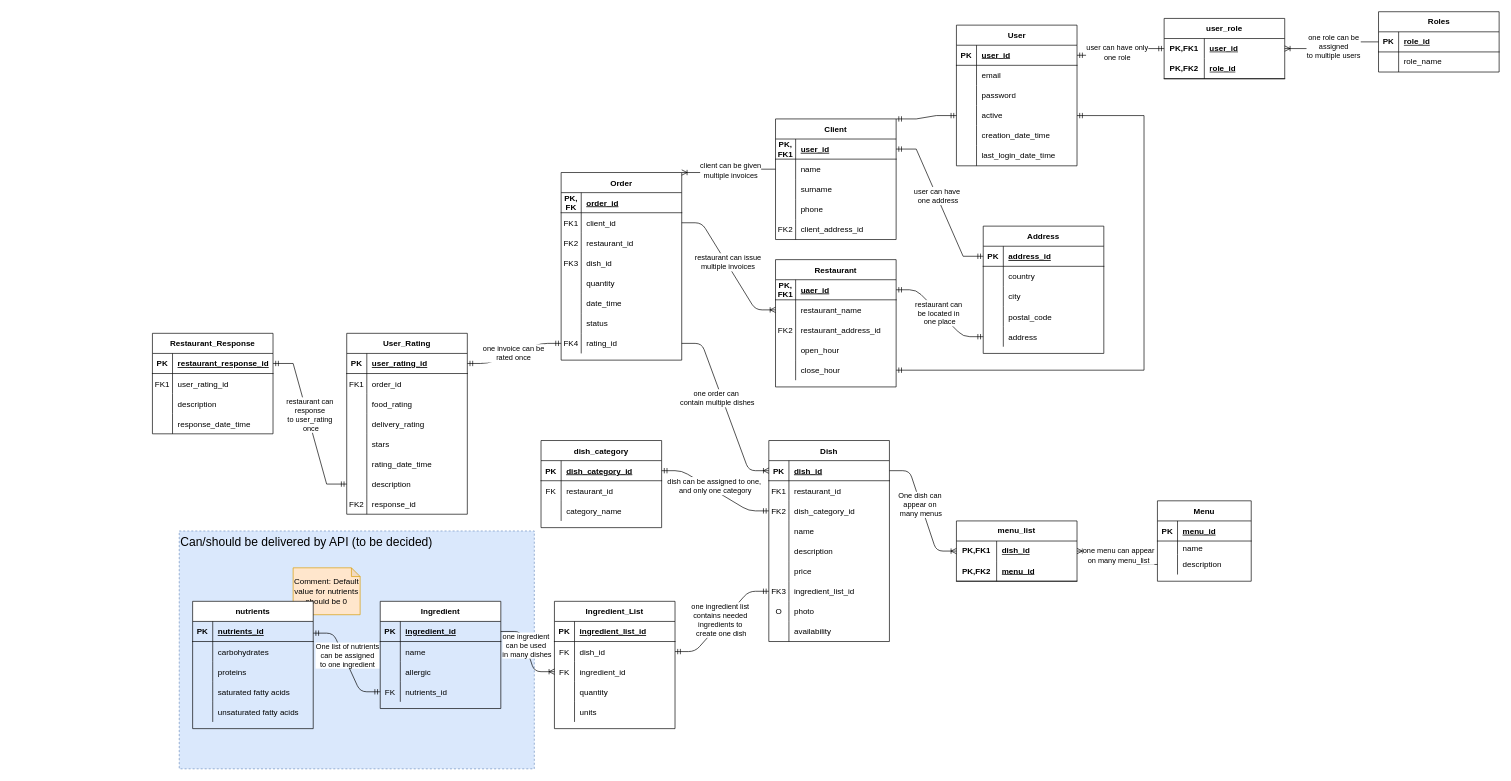
Earlier version of the draw.io diagram src/main/resources/SupperSpeed_ERD.drawio (Aevise/SupperSpeed). Source tidied: cells renumbered, new cells numbered last; positions are measured from the earlier drawing's top-left corner, leaving out a move shared by most shapes. Both pictures are drawn from the tidied source at 67%, with x=0, y=0 at pixel (152, 11).
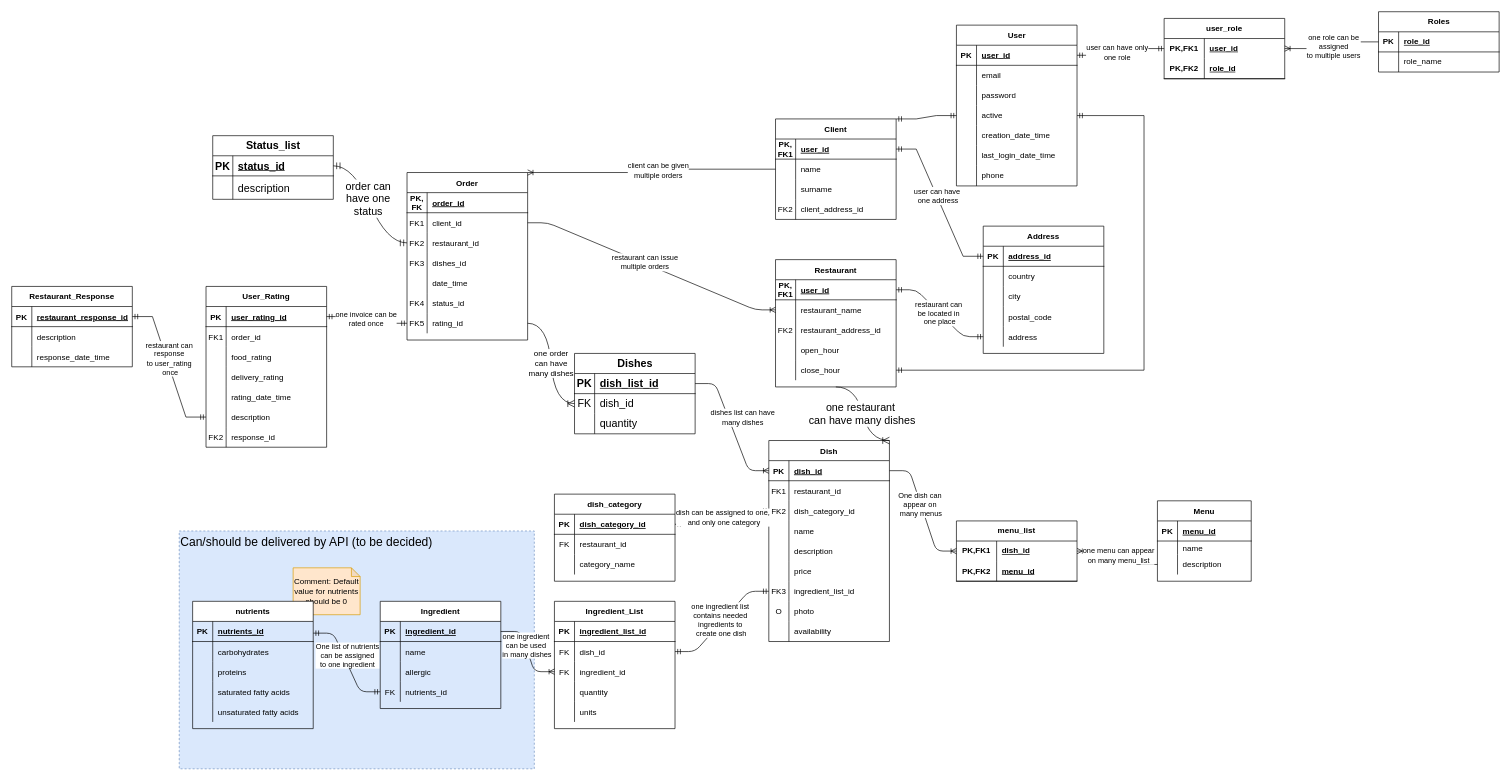
The same page after the edit.

Commit message (it also covers changes not shown here):
Modified DB ERD. - moved phone from client to user - modified restaurant_reposnse - deleted stars from user_rating - added status and dishes table

The change refers to these unchanged cells:
```xml
<mxCell id="49" value="Dish" style="shape=table;startSize=30;childLayout=tableLayout;rowLines=0;fontStyle=1;align=center;" parent="1" vertex="1">
  <mxGeometry x="920" y="640" width="180" height="300" as="geometry" />
</mxCell>
<mxCell id="50" style="shape=partialRectangle;fillColor=none;top=0;left=0;bottom=1;right=0;points=[[0,0.5],[1,0.5]];portConstraint=eastwest;" parent="49" vertex="1">
  <mxGeometry y="30" width="180" height="30" as="geometry" />
</mxCell>
<mxCell id="86" style="shape=partialRectangle;fillColor=none;top=0;left=0;bottom=0;right=0;points=[[0,0.5],[1,0.5]];portConstraint=eastwest;" parent="79" vertex="1">
  <mxGeometry y="90" width="180" height="30" as="geometry" />
</mxCell>
<mxCell id="89" style="shape=partialRectangle;fillColor=none;top=0;left=0;bottom=0;right=0;" parent="79" vertex="1">
  <mxGeometry y="120" width="180" height="30" as="geometry" />
</mxCell>
<mxCell id="140" style="edgeStyle=elbowEdgeStyle;fontSize=12;html=1;endArrow=ERoneToMany;exitX=0;exitY=0.5;exitDx=0;exitDy=0;entryX=1;entryY=0;entryDx=0;entryDy=0;" parent="1" edge="1" source="8" target="79">
  <mxGeometry relative="1" as="geometry" />
</mxCell>
<mxCell id="142" style="edgeStyle=entityRelationEdgeStyle;fontSize=12;html=1;endArrow=ERoneToMany;entryX=0;entryY=0.5;entryDx=0;entryDy=0;exitX=1;exitY=0.5;exitDx=0;exitDy=0;" parent="1" edge="1" source="83" target="195">
  <mxGeometry relative="1" as="geometry" />
</mxCell>
<mxCell id="191" value="Restaurant" style="shape=table;startSize=30;childLayout=tableLayout;rowLines=0;fontStyle=1;align=center;" parent="1" vertex="1">
  <mxGeometry x="930" y="370" width="180" height="190" as="geometry" />
</mxCell>
<mxCell id="192" style="shape=partialRectangle;fillColor=none;top=0;left=0;bottom=1;right=0;points=[[0,0.5],[1,0.5]];portConstraint=eastwest;" parent="191" vertex="1">
  <mxGeometry y="30" width="180" height="30" as="geometry" />
</mxCell>
```

Diff of the diagram source:
```diff
@@
     <mxCell id="4" value="Client" style="shape=table;startSize=30;childLayout=tableLayout;rowLines=0;fontStyle=1;align=center;" parent="1" vertex="1">
-      <mxGeometry x="930" y="160" width="180" height="180" as="geometry" />
+      <mxGeometry x="930" y="160" width="180" height="150" as="geometry" />
     </mxCell>
@@
-    <mxCell id="14" style="shape=partialRectangle;fillColor=none;top=0;left=0;bottom=0;right=0;" parent="4" vertex="1">
-      <mxGeometry y="120" width="180" height="30" as="geometry" />
-    </mxCell>
-    <mxCell id="15" style="shape=partialRectangle;fillColor=none;top=0;left=0;bottom=0;right=0;overflow=hidden;" parent="14" vertex="1">
-      <mxGeometry width="30" height="30" as="geometry" />
-    </mxCell>
-    <mxCell id="16" value="phone" style="shape=partialRectangle;fillColor=none;top=0;left=0;bottom=0;right=0;align=left;spacingLeft=6;overflow=hidden;" parent="14" vertex="1">
-      <mxGeometry x="30" width="150" height="30" as="geometry" />
-    </mxCell>
     <mxCell id="17" style="shape=partialRectangle;fillColor=none;top=0;left=0;bottom=0;right=0;" parent="4" vertex="1">
-      <mxGeometry y="150" width="180" height="30" as="geometry" />
+      <mxGeometry y="120" width="180" height="30" as="geometry" />
     </mxCell>
@@
     <mxCell id="79" value="Order" style="shape=table;startSize=30;childLayout=tableLayout;rowLines=0;fontStyle=1;align=center;" parent="1" vertex="1">
-      <mxGeometry x="610" y="240" width="180" height="280" as="geometry" />
+      <mxGeometry x="380" y="240" width="180" height="250" as="geometry" />
     </mxCell>
@@
-    <mxCell id="91" value="dish_id" style="shape=partialRectangle;fillColor=none;top=0;left=0;bottom=0;right=0;align=left;spacingLeft=6;overflow=hidden;" parent="89" vertex="1">
+    <mxCell id="91" value="dishes_id" style="shape=partialRectangle;fillColor=none;top=0;left=0;bottom=0;right=0;align=left;spacingLeft=6;overflow=hidden;" parent="89" vertex="1">
       <mxGeometry x="30" width="150" height="30" as="geometry" />
     </mxCell>
-    <mxCell id="92" style="shape=partialRectangle;fillColor=none;top=0;left=0;bottom=0;right=0;" parent="79" vertex="1">
-      <mxGeometry y="150" width="180" height="30" as="geometry" />
-    </mxCell>
-    <mxCell id="93" style="shape=partialRectangle;fillColor=none;top=0;left=0;bottom=0;right=0;overflow=hidden;" parent="92" vertex="1">
-      <mxGeometry width="30" height="30" as="geometry" />
-    </mxCell>
-    <mxCell id="94" value="quantity" style="shape=partialRectangle;fillColor=none;top=0;left=0;bottom=0;right=0;align=left;spacingLeft=6;overflow=hidden;" parent="92" vertex="1">
-      <mxGeometry x="30" width="150" height="30" as="geometry" />
-    </mxCell>
     <mxCell id="95" style="shape=partialRectangle;fillColor=none;top=0;left=0;bottom=0;right=0;" parent="79" vertex="1">
-      <mxGeometry y="180" width="180" height="30" as="geometry" />
+      <mxGeometry y="150" width="180" height="30" as="geometry" />
     </mxCell>
@@
     <mxCell id="98" style="shape=partialRectangle;fillColor=none;top=0;left=0;bottom=0;right=0;" parent="79" vertex="1">
-      <mxGeometry y="210" width="180" height="30" as="geometry" />
+      <mxGeometry y="180" width="180" height="30" as="geometry" />
     </mxCell>
-    <mxCell id="99" style="shape=partialRectangle;fillColor=none;top=0;left=0;bottom=0;right=0;overflow=hidden;" parent="98" vertex="1">
+    <mxCell id="99" value="FK4" style="shape=partialRectangle;fillColor=none;top=0;left=0;bottom=0;right=0;overflow=hidden;" parent="98" vertex="1">
       <mxGeometry width="30" height="30" as="geometry" />
     </mxCell>
-    <mxCell id="100" value="status" style="shape=partialRectangle;fillColor=none;top=0;left=0;bottom=0;right=0;align=left;spacingLeft=6;overflow=hidden;" parent="98" vertex="1">
+    <mxCell id="100" value="status_id" style="shape=partialRectangle;fillColor=none;top=0;left=0;bottom=0;right=0;align=left;spacingLeft=6;overflow=hidden;" parent="98" vertex="1">
       <mxGeometry x="30" width="150" height="30" as="geometry" />
     </mxCell>
     <mxCell id="101" style="shape=partialRectangle;fillColor=none;top=0;left=0;bottom=0;right=0;points=[[0,0.5],[1,0.5]];portConstraint=eastwest;" parent="79" vertex="1">
-      <mxGeometry y="240" width="180" height="30" as="geometry" />
+      <mxGeometry y="210" width="180" height="30" as="geometry" />
     </mxCell>
-    <mxCell id="102" value="FK4" style="shape=partialRectangle;fillColor=none;top=0;left=0;bottom=0;right=0;overflow=hidden;" parent="101" vertex="1">
+    <mxCell id="102" value="FK5" style="shape=partialRectangle;fillColor=none;top=0;left=0;bottom=0;right=0;overflow=hidden;" parent="101" vertex="1">
       <mxGeometry width="30" height="30" as="geometry" />
     </mxCell>
@@
     <mxCell id="124" value="dish_category" style="shape=table;startSize=30;childLayout=tableLayout;rowLines=0;fontStyle=1;align=center;" parent="1" vertex="1">
-      <mxGeometry x="580" y="640" width="180" height="130" as="geometry" />
+      <mxGeometry x="600" y="720" width="180" height="130" as="geometry" />
     </mxCell>
@@
-    <mxCell id="138" style="edgeStyle=entityRelationEdgeStyle;fontSize=12;html=1;endArrow=ERoneToMany;entryX=0;entryY=0.5;entryDx=0;entryDy=0;exitX=1;exitY=0.5;exitDx=0;exitDy=0;" parent="1" edge="1" source="101" target="50">
+    <mxCell id="138" style="edgeStyle=entityRelationEdgeStyle;fontSize=12;html=1;endArrow=ERoneToMany;entryX=0;entryY=0.5;entryDx=0;entryDy=0;exitX=1;exitY=0.5;exitDx=0;exitDy=0;" parent="1" edge="1" source="283" target="50">
       <mxGeometry relative="1" as="geometry" />
     </mxCell>
-    <mxCell id="139" value="&lt;div&gt;one order can&amp;nbsp;&lt;/div&gt;&lt;div&gt;contain multiple dishes&lt;/div&gt;" style="edgeLabel;html=1;align=center;verticalAlign=middle;" parent="138" vertex="1">
+    <mxCell id="139" value="&lt;div&gt;dishes list can have&lt;/div&gt;&lt;div&gt;many dishes&lt;br&gt;&lt;/div&gt;" style="edgeLabel;html=1;align=center;verticalAlign=middle;" parent="138" vertex="1">
       <mxGeometry x="-0.22" y="-3" relative="1" as="geometry">
-        <mxPoint y="12.7" as="offset" />
+        <mxPoint x="26" y="5" as="offset" />
       </mxGeometry>
     </mxCell>
@@
-    <mxCell id="141" value="&lt;div&gt;client can be given&lt;br&gt;&lt;/div&gt;&lt;div&gt;multiple invoices&lt;br&gt;&lt;/div&gt;" style="edgeLabel;html=1;align=center;verticalAlign=middle;" parent="140" vertex="1">
+    <mxCell id="141" value="&lt;div&gt;client can be given&lt;br&gt;&lt;/div&gt;&lt;div&gt;multiple orders&lt;br&gt;&lt;/div&gt;" style="edgeLabel;html=1;align=center;verticalAlign=middle;" parent="140" vertex="1">
       <mxGeometry x="-0.06" y="1" relative="1" as="geometry" />
     </mxCell>
@@
-    <mxCell id="143" value="&lt;div&gt;restaurant can issue&lt;br&gt;&lt;/div&gt;&lt;div&gt;multiple invoices&lt;br&gt;&lt;/div&gt;" style="edgeLabel;html=1;align=center;verticalAlign=middle;" parent="142" vertex="1">
+    <mxCell id="143" value="&lt;div&gt;restaurant can issue&lt;br&gt;&lt;/div&gt;&lt;div&gt;multiple orders&lt;br&gt;&lt;/div&gt;" style="edgeLabel;html=1;align=center;verticalAlign=middle;" parent="142" vertex="1">
       <mxGeometry x="-0.06" y="2" relative="1" as="geometry" />
     </mxCell>
     <mxCell id="144" value="User_Rating" style="shape=table;startSize=30;childLayout=tableLayout;rowLines=0;fontStyle=1;align=center;" parent="1" vertex="1">
-      <mxGeometry x="290" y="480" width="180" height="270" as="geometry" />
+      <mxGeometry x="80" y="410" width="180" height="240" as="geometry" />
     </mxCell>
@@
-    <mxCell id="157" style="shape=partialRectangle;fillColor=none;top=0;left=0;bottom=0;right=0;" parent="144" vertex="1">
-      <mxGeometry y="150" width="180" height="30" as="geometry" />
-    </mxCell>
-    <mxCell id="158" style="shape=partialRectangle;fillColor=none;top=0;left=0;bottom=0;right=0;overflow=hidden;" parent="157" vertex="1">
-      <mxGeometry width="30" height="30" as="geometry" />
-    </mxCell>
-    <mxCell id="159" value="stars" style="shape=partialRectangle;fillColor=none;top=0;left=0;bottom=0;right=0;align=left;spacingLeft=6;overflow=hidden;" parent="157" vertex="1">
-      <mxGeometry x="30" width="150" height="30" as="geometry" />
-    </mxCell>
     <mxCell id="160" style="shape=partialRectangle;fillColor=none;top=0;left=0;bottom=0;right=0;" parent="144" vertex="1">
-      <mxGeometry y="180" width="180" height="30" as="geometry" />
+      <mxGeometry y="150" width="180" height="30" as="geometry" />
     </mxCell>
@@
     <mxCell id="163" style="shape=partialRectangle;fillColor=none;top=0;left=0;bottom=0;right=0;points=[[0,0.5],[1,0.5]];portConstraint=eastwest;" parent="144" vertex="1">
-      <mxGeometry y="210" width="180" height="30" as="geometry" />
+      <mxGeometry y="180" width="180" height="30" as="geometry" />
     </mxCell>
@@
     <mxCell id="166" style="shape=partialRectangle;fillColor=none;top=0;left=0;bottom=0;right=0;" parent="144" vertex="1">
-      <mxGeometry y="240" width="180" height="30" as="geometry" />
+      <mxGeometry y="210" width="180" height="30" as="geometry" />
     </mxCell>
@@
-    <mxCell id="194" value="uaer_id" style="shape=partialRectangle;fillColor=none;top=0;left=0;bottom=0;right=0;align=left;spacingLeft=6;fontStyle=5;overflow=hidden;" parent="192" vertex="1">
+    <mxCell id="194" value="user_id" style="shape=partialRectangle;fillColor=none;top=0;left=0;bottom=0;right=0;align=left;spacingLeft=6;fontStyle=5;overflow=hidden;" parent="192" vertex="1">
       <mxGeometry x="30" width="150" height="30" as="geometry" />
     </mxCell>
@@
     <mxCell id="217" value="Restaurant_Response" style="shape=table;startSize=30;childLayout=tableLayout;rowLines=0;fontStyle=1;align=center;" parent="1" vertex="1">
-      <mxGeometry y="480" width="180" height="150" as="geometry" />
+      <mxGeometry x="-210" y="410" width="180" height="120" as="geometry" />
     </mxCell>
@@
-    <mxCell id="221" style="shape=partialRectangle;fillColor=none;top=0;left=0;bottom=0;right=0;" parent="217" vertex="1">
-      <mxGeometry y="60" width="180" height="30" as="geometry" />
-    </mxCell>
-    <mxCell id="222" value="FK1" style="shape=partialRectangle;fillColor=none;top=0;left=0;bottom=0;right=0;overflow=hidden;" parent="221" vertex="1">
-      <mxGeometry width="30" height="30" as="geometry" />
-    </mxCell>
-    <mxCell id="223" value="user_rating_id" style="shape=partialRectangle;fillColor=none;top=0;left=0;bottom=0;right=0;align=left;spacingLeft=6;overflow=hidden;" parent="221" vertex="1">
-      <mxGeometry x="30" width="150" height="30" as="geometry" />
-    </mxCell>
     <mxCell id="224" style="shape=partialRectangle;fillColor=none;top=0;left=0;bottom=0;right=0;" parent="217" vertex="1">
-      <mxGeometry y="90" width="180" height="30" as="geometry" />
+      <mxGeometry y="60" width="180" height="30" as="geometry" />
     </mxCell>
@@
     <mxCell id="227" style="shape=partialRectangle;fillColor=none;top=0;left=0;bottom=0;right=0;" parent="217" vertex="1">
-      <mxGeometry y="120" width="180" height="30" as="geometry" />
+      <mxGeometry y="90" width="180" height="30" as="geometry" />
     </mxCell>
@@
     <mxCell id="255" value="User" style="shape=table;startSize=30;childLayout=tableLayout;rowLines=0;fontStyle=1;align=center;html=1;" parent="1" vertex="1">
-      <mxGeometry x="1200" y="20" width="180" height="210" as="geometry" />
+      <mxGeometry x="1200" y="20" width="180" height="240" as="geometry" />
     </mxCell>
@@
+    <mxCell id="280" style="shape=tableRow;horizontal=0;startSize=0;swimlaneHead=0;swimlaneBody=0;fillColor=none;top=0;left=0;right=0;bottom=0;" parent="255" vertex="1">
+      <mxGeometry y="210" width="180" height="30" as="geometry" />
+    </mxCell>
+    <mxCell id="281" style="shape=partialRectangle;fillColor=none;top=0;left=0;bottom=0;right=0;overflow=hidden;whiteSpace=wrap;html=1;" parent="280" vertex="1">
+      <mxGeometry width="30" height="30" as="geometry" />
+    </mxCell>
+    <mxCell id="16" value="phone" style="shape=partialRectangle;fillColor=none;top=0;left=0;bottom=0;right=0;align=left;spacingLeft=6;overflow=hidden;whiteSpace=wrap;html=1;" parent="280" vertex="1">
+      <mxGeometry x="30" width="150" height="30" as="geometry" />
+    </mxCell>
@@
+    <mxCell id="282" value="Dishes" style="shape=table;startSize=30;childLayout=tableLayout;rowLines=0;fontStyle=1;align=center;html=1;fontSize=16;" parent="1" vertex="1">
+      <mxGeometry x="630" y="510" width="180" height="120" as="geometry" />
+    </mxCell>
+    <mxCell id="283" style="shape=tableRow;horizontal=0;startSize=0;swimlaneHead=0;swimlaneBody=0;fillColor=none;points=[[0,0.5],[1,0.5]];portConstraint=eastwest;top=0;left=0;right=0;bottom=1;fontSize=16;" parent="282" vertex="1">
+      <mxGeometry y="30" width="180" height="30" as="geometry" />
+    </mxCell>
+    <mxCell id="284" value="PK" style="shape=partialRectangle;fillColor=none;top=0;left=0;bottom=0;right=0;fontStyle=1;overflow=hidden;whiteSpace=wrap;html=1;fontSize=16;" parent="283" vertex="1">
+      <mxGeometry width="30" height="30" as="geometry" />
+    </mxCell>
+    <mxCell id="285" value="dish_list_id" style="shape=partialRectangle;fillColor=none;top=0;left=0;bottom=0;right=0;align=left;spacingLeft=6;fontStyle=5;overflow=hidden;whiteSpace=wrap;html=1;fontSize=16;" parent="283" vertex="1">
+      <mxGeometry x="30" width="150" height="30" as="geometry" />
+    </mxCell>
+    <mxCell id="286" style="shape=tableRow;horizontal=0;startSize=0;swimlaneHead=0;swimlaneBody=0;fillColor=none;points=[[0,0.5],[1,0.5]];portConstraint=eastwest;top=0;left=0;right=0;bottom=0;fontSize=16;" parent="282" vertex="1">
+      <mxGeometry y="60" width="180" height="30" as="geometry" />
+    </mxCell>
+    <mxCell id="287" value="FK" style="shape=partialRectangle;fillColor=none;top=0;left=0;bottom=0;right=0;overflow=hidden;whiteSpace=wrap;html=1;fontSize=16;" parent="286" vertex="1">
+      <mxGeometry width="30" height="30" as="geometry" />
+    </mxCell>
+    <mxCell id="288" value="dish_id" style="shape=partialRectangle;fillColor=none;top=0;left=0;bottom=0;right=0;align=left;spacingLeft=6;overflow=hidden;whiteSpace=wrap;html=1;fontSize=16;" parent="286" vertex="1">
+      <mxGeometry x="30" width="150" height="30" as="geometry" />
+    </mxCell>
+    <mxCell id="289" style="shape=tableRow;horizontal=0;startSize=0;swimlaneHead=0;swimlaneBody=0;fillColor=none;top=0;left=0;right=0;bottom=0;fontSize=16;" parent="282" vertex="1">
+      <mxGeometry y="90" width="180" height="30" as="geometry" />
+    </mxCell>
+    <mxCell id="290" style="shape=partialRectangle;fillColor=none;top=0;left=0;bottom=0;right=0;overflow=hidden;whiteSpace=wrap;html=1;fontSize=16;" parent="289" vertex="1">
+      <mxGeometry width="30" height="30" as="geometry" />
+    </mxCell>
+    <mxCell id="94" value="quantity" style="shape=partialRectangle;fillColor=none;top=0;left=0;bottom=0;right=0;align=left;spacingLeft=6;overflow=hidden;whiteSpace=wrap;html=1;fontSize=16;" parent="289" vertex="1">
+      <mxGeometry x="30" width="150" height="30" as="geometry" />
+    </mxCell>
+    <mxCell id="291" value="&lt;div&gt;one order &lt;br&gt;&lt;/div&gt;&lt;div&gt;can have&lt;/div&gt;&lt;div&gt;many dishes&lt;br&gt;&lt;/div&gt;" style="edgeStyle=entityRelationEdgeStyle;fontSize=12;html=1;endArrow=ERoneToMany;rounded=0;startSize=8;endSize=8;curved=1;exitX=1;exitY=0.5;exitDx=0;exitDy=0;entryX=0;entryY=0.5;entryDx=0;entryDy=0;" parent="1" edge="1" source="101" target="286">
+      <mxGeometry relative="1" as="geometry" />
+    </mxCell>
+    <mxCell id="292" style="edgeStyle=entityRelationEdgeStyle;fontSize=12;html=1;endArrow=ERoneToMany;rounded=0;startSize=8;endSize=8;curved=1;exitX=0.5;exitY=1;exitDx=0;exitDy=0;entryX=1;entryY=0;entryDx=0;entryDy=0;" parent="1" edge="1" source="191" target="49">
+      <mxGeometry relative="1" as="geometry" />
+    </mxCell>
+    <mxCell id="293" value="&lt;div&gt;one restaurant&amp;nbsp;&lt;/div&gt;&lt;div&gt;can have many dishes&lt;/div&gt;" style="edgeLabel;html=1;align=center;verticalAlign=middle;fontSize=16;" parent="292" vertex="1">
+      <mxGeometry x="-0.01" y="-1" relative="1" as="geometry">
+        <mxPoint y="-1" as="offset" />
+      </mxGeometry>
+    </mxCell>
+    <mxCell id="294" value="Status_list" style="shape=table;startSize=30;childLayout=tableLayout;rowLines=0;fontStyle=1;align=center;html=1;fontSize=16;" parent="1" vertex="1">
+      <mxGeometry x="90" y="185" width="180" height="95" as="geometry" />
+    </mxCell>
+    <mxCell id="295" style="shape=tableRow;horizontal=0;startSize=0;swimlaneHead=0;swimlaneBody=0;fillColor=none;points=[[0,0.5],[1,0.5]];portConstraint=eastwest;top=0;left=0;right=0;bottom=1;fontSize=16;" parent="294" vertex="1">
+      <mxGeometry y="30" width="180" height="30" as="geometry" />
+    </mxCell>
+    <mxCell id="296" value="PK" style="shape=partialRectangle;fillColor=none;top=0;left=0;bottom=0;right=0;fontStyle=1;overflow=hidden;whiteSpace=wrap;html=1;fontSize=16;" parent="295" vertex="1">
+      <mxGeometry width="30" height="30" as="geometry" />
+    </mxCell>
+    <mxCell id="297" value="status_id" style="shape=partialRectangle;fillColor=none;top=0;left=0;bottom=0;right=0;align=left;spacingLeft=6;fontStyle=5;overflow=hidden;whiteSpace=wrap;html=1;fontSize=16;" parent="295" vertex="1">
+      <mxGeometry x="30" width="150" height="30" as="geometry" />
+    </mxCell>
+    <mxCell id="298" style="shape=tableRow;horizontal=0;startSize=0;swimlaneHead=0;swimlaneBody=0;fillColor=none;top=0;left=0;right=0;bottom=0;fontSize=16;" parent="294" vertex="1">
+      <mxGeometry y="60" width="180" height="35" as="geometry" />
+    </mxCell>
+    <mxCell id="299" style="shape=partialRectangle;fillColor=none;top=0;left=0;bottom=0;right=0;overflow=hidden;whiteSpace=wrap;html=1;fontSize=16;" parent="298" vertex="1">
+      <mxGeometry width="30" height="35" as="geometry" />
+    </mxCell>
+    <mxCell id="300" value="description" style="shape=partialRectangle;fillColor=none;top=0;left=0;bottom=0;right=0;align=left;spacingLeft=6;overflow=hidden;whiteSpace=wrap;html=1;fontSize=16;" parent="298" vertex="1">
+      <mxGeometry x="30" width="150" height="35" as="geometry" />
+    </mxCell>
+    <mxCell id="301" style="edgeStyle=entityRelationEdgeStyle;fontSize=12;html=1;endArrow=ERmandOne;startArrow=ERmandOne;rounded=0;startSize=8;endSize=8;curved=1;exitX=1;exitY=0.5;exitDx=0;exitDy=0;entryX=0;entryY=0.5;entryDx=0;entryDy=0;" parent="1" edge="1" source="295" target="86">
+      <mxGeometry relative="1" as="geometry" />
+    </mxCell>
+    <mxCell id="302" value="&lt;div&gt;order can&lt;/div&gt;&lt;div&gt;have one&lt;/div&gt;&lt;div&gt;status&lt;br&gt;&lt;/div&gt;" style="edgeLabel;html=1;align=center;verticalAlign=middle;fontSize=16;" parent="301" vertex="1">
+      <mxGeometry x="-0.12" y="1" relative="1" as="geometry">
+        <mxPoint y="1" as="offset" />
+      </mxGeometry>
+    </mxCell>
```
